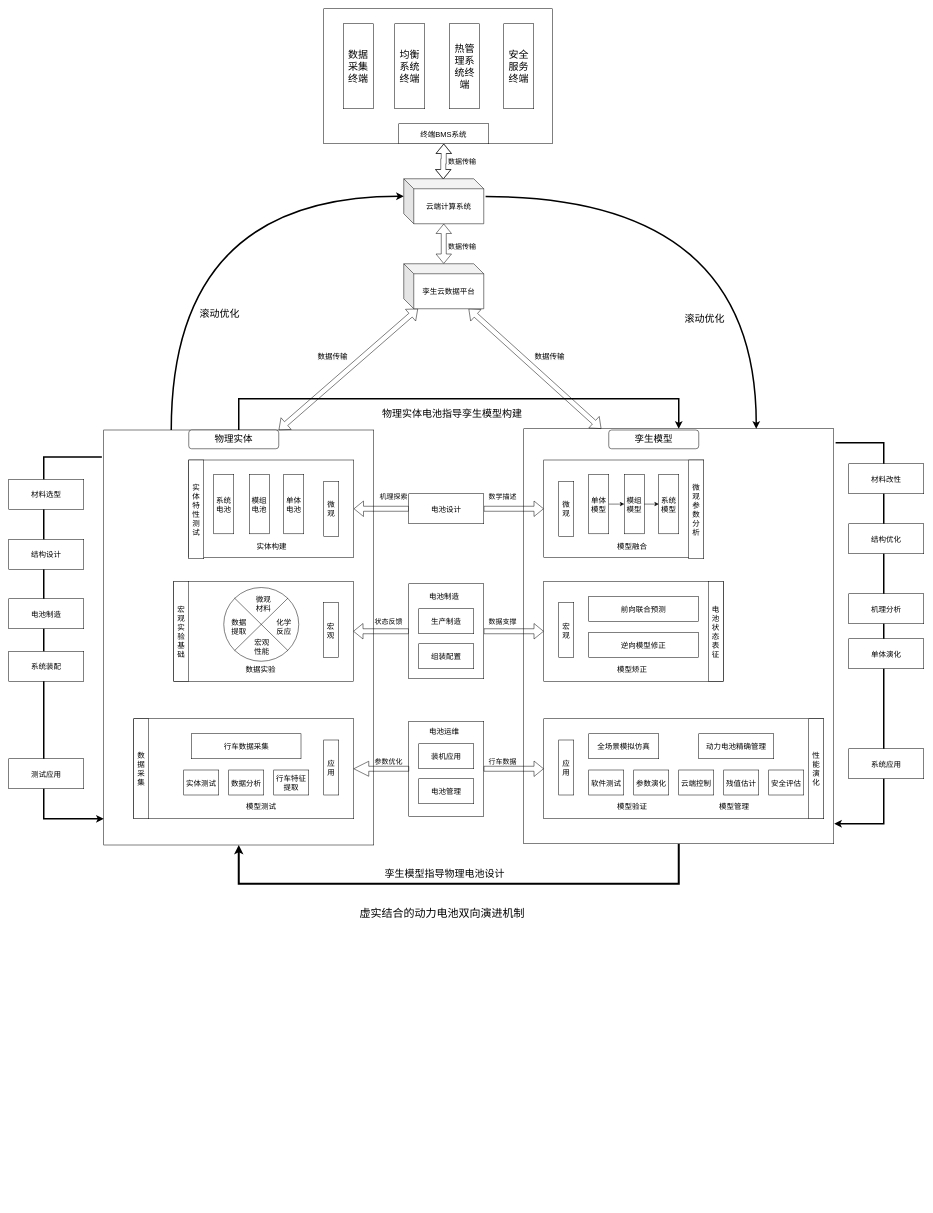
This is Digital Twin Power Battery.drawio from iamlivehaha/Custom_Robot, a draw.io file, before an edit. Source tidied: cells renumbered, new cells numbered last; positions are measured from the earlier drawing's top-left corner, leaving out a move shared by most shapes. Both pictures are drawn from the tidied source at 50%, with x=0, y=0 at pixel (8, 8).
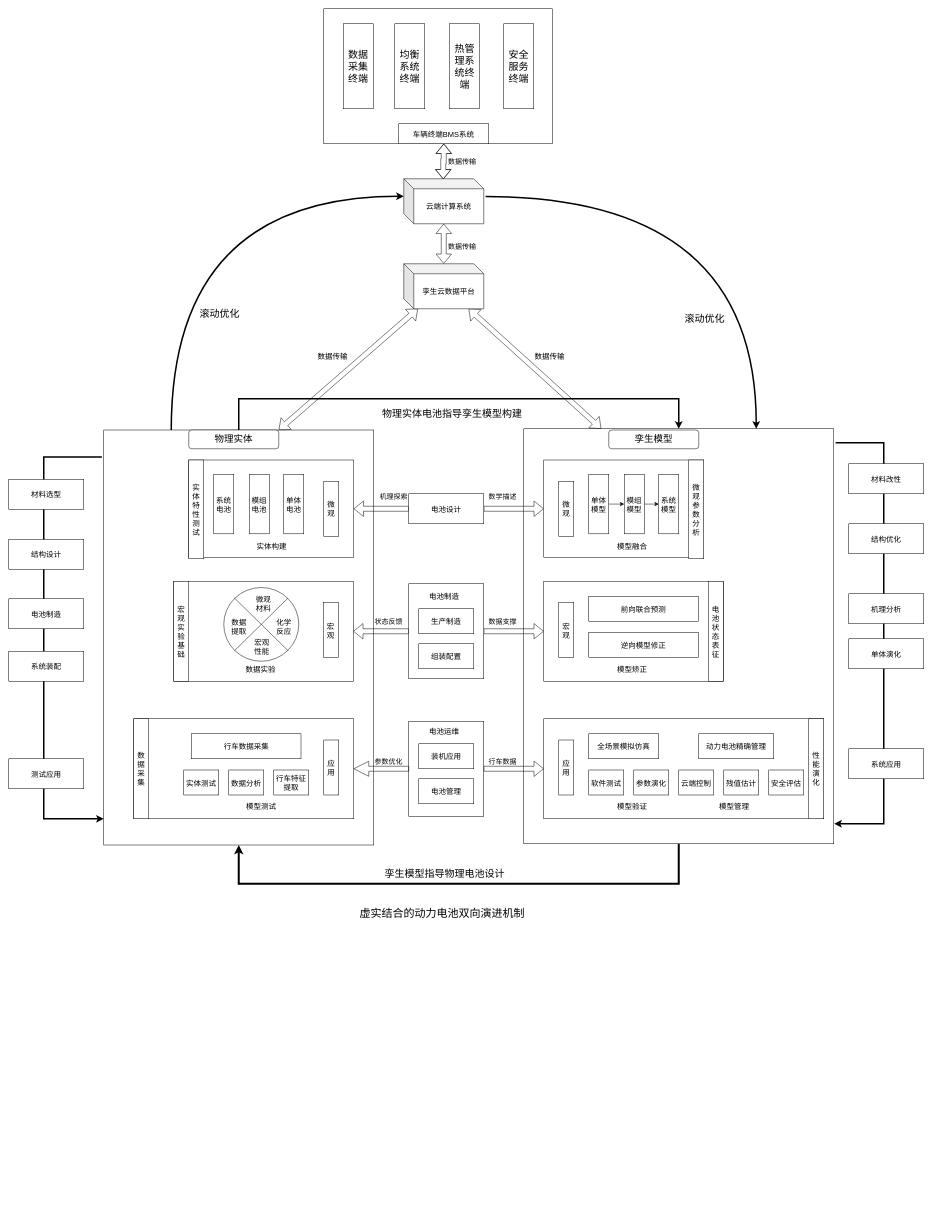
After the change.

Diff of the diagram source:
```diff
@@
-    <mxCell id="20" value="&lt;font style=&quot;font-size: 15px;&quot;&gt;终端BMS系统&lt;/font&gt;" style="rounded=0;whiteSpace=wrap;html=1;" parent="1" vertex="1">
+    <mxCell id="20" value="&lt;font style=&quot;font-size: 15px;&quot;&gt;车辆终端BMS系统&lt;/font&gt;" style="rounded=0;whiteSpace=wrap;html=1;" parent="1" vertex="1">
       <mxGeometry x="780" y="230" width="180" height="40" as="geometry" />
     </mxCell>
```
